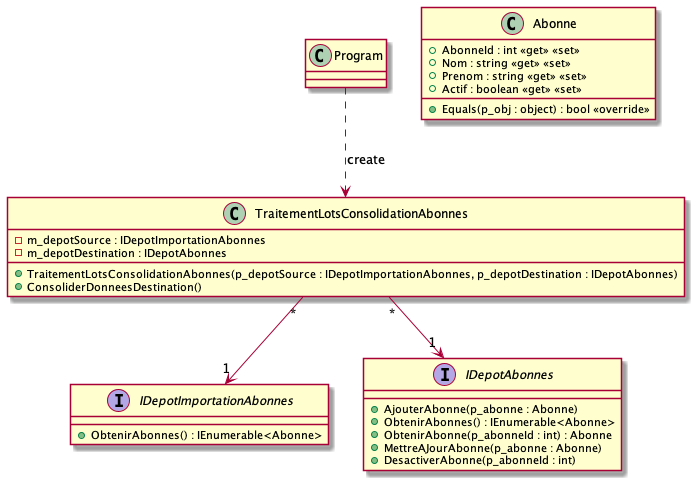
The PlantUML diagram images/Module02_TestsUnitaires/diag/abonnes/Abonnes.png in PiFou86/420-W30-SF, before a commit.
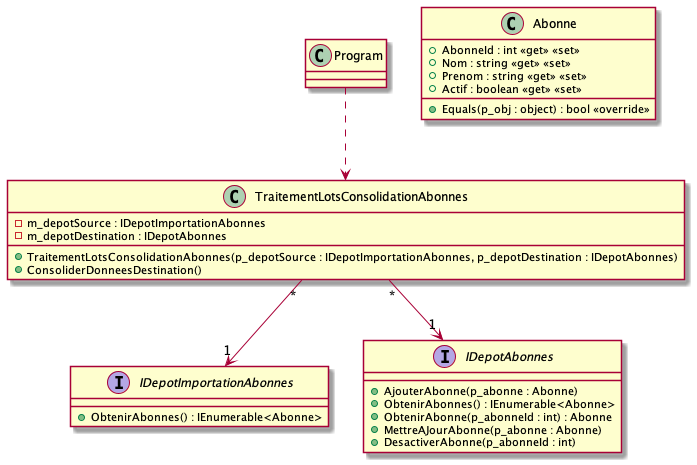
The same diagram one commit later.

Change to the diagram source:
```diff
@@ -1,6 +1,6 @@
 @startuml Abonnes
 
-Program ..> TraitementLotsConsolidationAbonnes : create
+Program ..> TraitementLotsConsolidationAbonnes
 
 class TraitementLotsConsolidationAbonnes {
     - m_depotSource : IDepotImportationAbonnes
```
